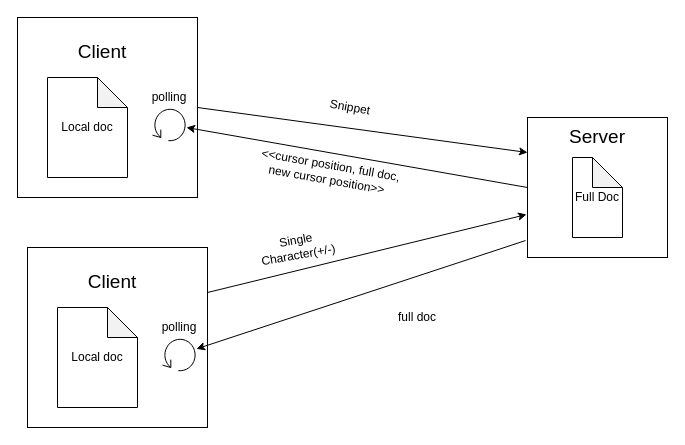
Before: diagrams/Client-Server_diagram.drawio.xml in schramm-famm/docs, a draw.io diagram. Source tidied: cells renumbered, new cells numbered last; positions are measured from the earlier drawing's top-left corner, leaving out a move shared by most shapes. Both pictures are drawn from the tidied source at 100%, with x=0, y=0 at pixel (17, 17).
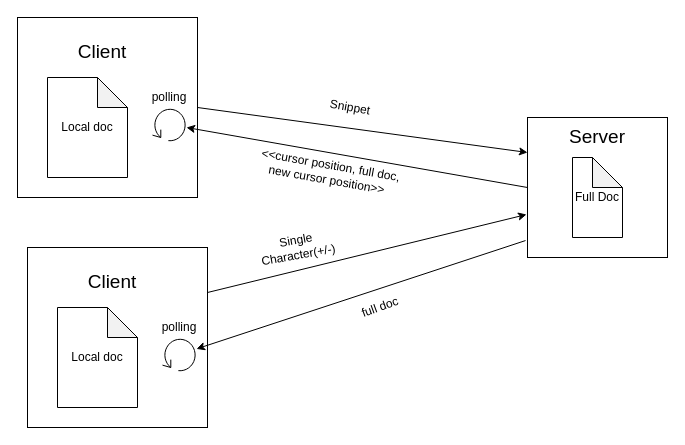
The same page after the edit.

Diff of the diagram source:
```diff
@@
-    <mxCell id="21" value="full doc" style="text;html=1;strokeColor=none;fillColor=none;align=center;verticalAlign=middle;whiteSpace=wrap;rounded=0;" parent="1" vertex="1">
-      <mxGeometry x="370" y="290" width="60" height="20" as="geometry" />
+    <mxCell id="21" value="full doc" style="text;html=1;strokeColor=none;fillColor=none;align=center;verticalAlign=middle;whiteSpace=wrap;rounded=0;rotation=-20;" parent="1" vertex="1">
+      <mxGeometry x="332.5" y="280" width="60" height="20" as="geometry" />
     </mxCell>
```
